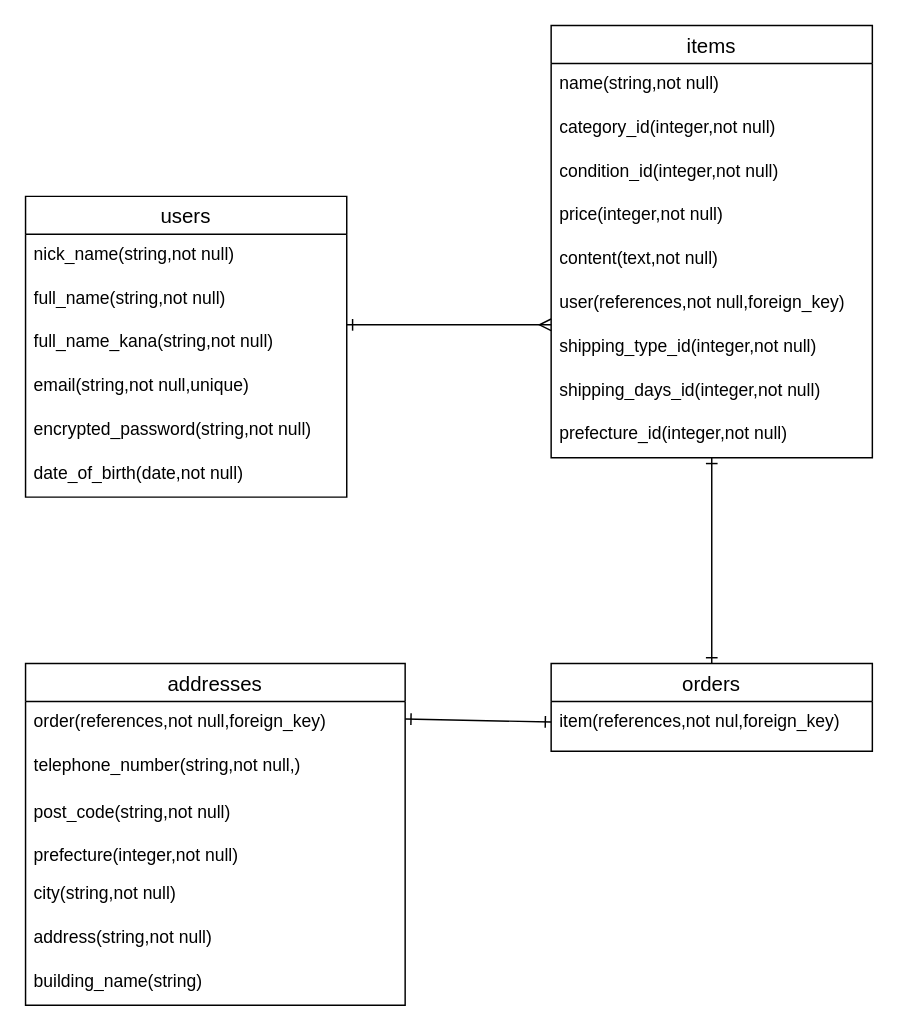
kamukamu-lemon/furima-42235 keeps this draw.io diagram as er.dio. Above is the earlier version. Source tidied: cells renumbered, new cells numbered last; positions are measured from the earlier drawing's top-left corner, leaving out a move shared by most shapes. Both pictures are drawn from the tidied source at 146%, with x=0, y=0 at pixel (25, 25).
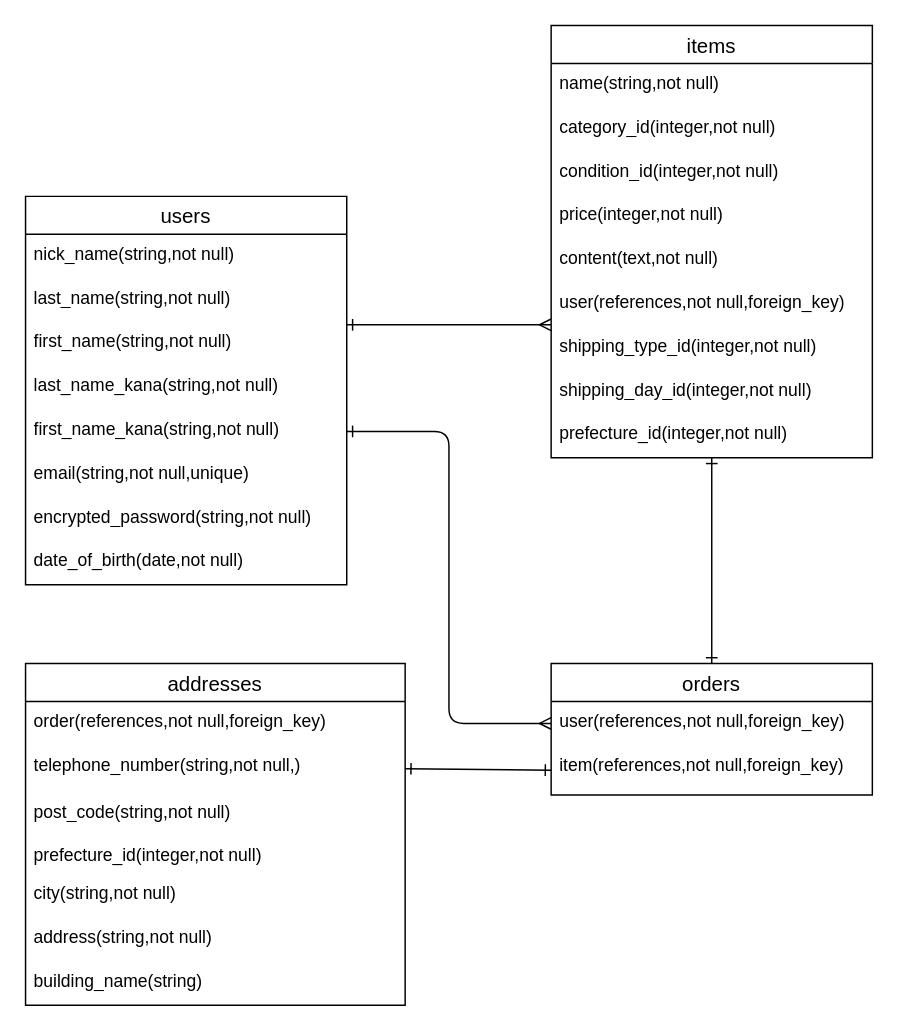
Above is the later version.

Commit message (it also covers changes not shown here):
データベース設計の修正２

Unchanged cells that the change refers to:
```xml
<mxCell id="9" value="addresses" style="swimlane;fontStyle=0;horizontal=1;startSize=26;align=center;fontSize=14;" parent="1" vertex="1">
  <mxGeometry y="437" width="260" height="234" as="geometry" />
</mxCell>
<mxCell id="11" value="telephone_number(string,not null,)" style="text;strokeColor=none;fillColor=none;spacingLeft=4;spacingRight=4;overflow=hidden;points=[[0,0.5],[1,0.5]];portConstraint=eastwest;fontSize=12;whiteSpace=wrap;html=1;" parent="9" vertex="1">
  <mxGeometry y="56" width="260" height="32" as="geometry" />
</mxCell>
<mxCell id="17" value="items" style="swimlane;fontStyle=0;horizontal=1;startSize=26;align=center;fontSize=14;" parent="1" vertex="1">
  <mxGeometry x="360" width="220" height="296" as="geometry" />
</mxCell>
```

What changed in the source:
```diff
@@
     <mxCell id="2" value="users" style="swimlane;fontStyle=0;horizontal=1;startSize=26;align=center;fontSize=14;" parent="1" vertex="1">
-      <mxGeometry y="117" width="220" height="206" as="geometry" />
+      <mxGeometry y="117" width="220" height="266" as="geometry" />
     </mxCell>
@@
-    <mxCell id="4" value="full_name(string,not null)" style="text;strokeColor=none;fillColor=none;spacingLeft=4;spacingRight=4;overflow=hidden;fontSize=12;whiteSpace=wrap;html=1;" parent="2" vertex="1">
+    <mxCell id="4" value="last_name(string,not null)" style="text;strokeColor=none;fillColor=none;spacingLeft=4;spacingRight=4;overflow=hidden;fontSize=12;whiteSpace=wrap;html=1;" parent="2" vertex="1">
       <mxGeometry y="56" width="220" height="30" as="geometry" />
     </mxCell>
+    <mxCell id="32" value="first_name&lt;span style=&quot;color: rgb(0, 0, 0);&quot;&gt;(string,not null)&lt;/span&gt;" style="text;strokeColor=none;fillColor=none;spacingLeft=4;spacingRight=4;overflow=hidden;fontSize=12;whiteSpace=wrap;html=1;" parent="2" vertex="1">
+      <mxGeometry y="86" width="220" height="30" as="geometry" />
+    </mxCell>
+    <mxCell id="33" value="last_name_kana&lt;span style=&quot;color: rgb(0, 0, 0);&quot;&gt;(string,not null)&lt;/span&gt;" style="text;strokeColor=none;fillColor=none;spacingLeft=4;spacingRight=4;overflow=hidden;fontSize=12;whiteSpace=wrap;html=1;" parent="2" vertex="1">
+      <mxGeometry y="116" width="220" height="30" as="geometry" />
+    </mxCell>
-    <mxCell id="5" value="full_name_kana&lt;span style=&quot;color: rgb(0, 0, 0);&quot;&gt;(string,not null)&lt;/span&gt;" style="text;strokeColor=none;fillColor=none;spacingLeft=4;spacingRight=4;overflow=hidden;points=[[0,0.5],[1,0.5]];portConstraint=eastwest;fontSize=12;whiteSpace=wrap;html=1;" parent="2" vertex="1">
-      <mxGeometry y="86" width="220" height="30" as="geometry" />
+    <mxCell id="5" value="first_name_kana&lt;span style=&quot;color: rgb(0, 0, 0);&quot;&gt;(string,not null)&lt;/span&gt;" style="text;strokeColor=none;fillColor=none;spacingLeft=4;spacingRight=4;overflow=hidden;points=[[0,0.5],[1,0.5]];portConstraint=eastwest;fontSize=12;whiteSpace=wrap;html=1;" parent="2" vertex="1">
+      <mxGeometry y="146" width="220" height="30" as="geometry" />
     </mxCell>
     <mxCell id="6" value="email(string,not null,unique)" style="text;strokeColor=none;fillColor=none;spacingLeft=4;spacingRight=4;overflow=hidden;fontSize=12;whiteSpace=wrap;html=1;" parent="2" vertex="1">
-      <mxGeometry y="116" width="220" height="30" as="geometry" />
+      <mxGeometry y="176" width="220" height="30" as="geometry" />
     </mxCell>
     <mxCell id="7" value="encrypted_password(string,not null)" style="text;strokeColor=none;fillColor=none;spacingLeft=4;spacingRight=4;overflow=hidden;fontSize=12;whiteSpace=wrap;html=1;" parent="2" vertex="1">
-      <mxGeometry y="146" width="220" height="30" as="geometry" />
+      <mxGeometry y="206" width="220" height="30" as="geometry" />
     </mxCell>
     <mxCell id="8" value="date_of_birth(date,not null)" style="text;strokeColor=none;fillColor=none;spacingLeft=4;spacingRight=4;overflow=hidden;fontSize=12;whiteSpace=wrap;html=1;" parent="2" vertex="1">
-      <mxGeometry y="176" width="220" height="30" as="geometry" />
+      <mxGeometry y="236" width="220" height="30" as="geometry" />
     </mxCell>
@@
-    <mxCell id="13" value="prefecture(integer,not null)" style="text;strokeColor=none;fillColor=none;spacingLeft=4;spacingRight=4;overflow=hidden;fontSize=12;whiteSpace=wrap;html=1;" parent="9" vertex="1">
+    <mxCell id="13" value="prefecture_id(integer,not null)" style="text;strokeColor=none;fillColor=none;spacingLeft=4;spacingRight=4;overflow=hidden;fontSize=12;whiteSpace=wrap;html=1;" parent="9" vertex="1">
       <mxGeometry y="118" width="260" height="26" as="geometry" />
     </mxCell>
@@
-    <mxCell id="25" value="shipping_days_id&lt;span style=&quot;color: rgb(0, 0, 0);&quot;&gt;(&lt;span style=&quot;color: rgb(0, 0, 0);&quot;&gt;integer&lt;/span&gt;,not null)&lt;/span&gt;" style="text;strokeColor=none;fillColor=none;spacingLeft=4;spacingRight=4;overflow=hidden;fontSize=12;whiteSpace=wrap;html=1;" parent="17" vertex="1">
+    <mxCell id="25" value="shipping_day_id&lt;span style=&quot;color: rgb(0, 0, 0);&quot;&gt;(&lt;span style=&quot;color: rgb(0, 0, 0);&quot;&gt;integer&lt;/span&gt;,not null)&lt;/span&gt;" style="text;strokeColor=none;fillColor=none;spacingLeft=4;spacingRight=4;overflow=hidden;fontSize=12;whiteSpace=wrap;html=1;" parent="17" vertex="1">
       <mxGeometry y="236" width="220" height="30" as="geometry" />
     </mxCell>
@@
     <mxCell id="28" value="orders" style="swimlane;fontStyle=0;horizontal=1;startSize=26;align=center;fontSize=14;" parent="1" vertex="1">
-      <mxGeometry x="360" y="437" width="220" height="60" as="geometry" />
+      <mxGeometry x="360" y="437" width="220" height="90" as="geometry" />
     </mxCell>
+    <mxCell id="34" value="user&lt;span style=&quot;color: rgb(0, 0, 0);&quot;&gt;(references,not null,foreign_key)&lt;/span&gt;" style="text;strokeColor=none;fillColor=none;spacingLeft=4;spacingRight=4;overflow=hidden;points=[[0,0.5],[1,0.5]];portConstraint=eastwest;fontSize=12;whiteSpace=wrap;html=1;" parent="28" vertex="1">
+      <mxGeometry y="26" width="220" height="30" as="geometry" />
+    </mxCell>
-    <mxCell id="29" value="item(references,not nul,foreign_key)" style="text;strokeColor=none;fillColor=none;spacingLeft=4;spacingRight=4;overflow=hidden;fontSize=12;whiteSpace=wrap;html=1;" parent="28" vertex="1">
-      <mxGeometry y="26" width="220" height="34" as="geometry" />
+    <mxCell id="29" value="item(references,not null,foreign_key)" style="text;strokeColor=none;fillColor=none;spacingLeft=4;spacingRight=4;overflow=hidden;fontSize=12;whiteSpace=wrap;html=1;" parent="28" vertex="1">
+      <mxGeometry y="56" width="220" height="34" as="geometry" />
     </mxCell>
@@
-    <mxCell id="31" style="edgeStyle=none;html=1;entryX=1;entryY=0.5;entryDx=0;entryDy=0;endArrow=ERone;endFill=0;startArrow=ERone;startFill=0;" parent="1" edge="1">
+    <mxCell id="31" style="edgeStyle=none;html=1;entryX=1;entryY=0.5;entryDx=0;entryDy=0;endArrow=ERone;endFill=0;startArrow=ERone;startFill=0;" parent="1" edge="1" target="11">
       <mxGeometry relative="1" as="geometry">
-        <mxPoint x="360" y="477" as="sourcePoint" />
-        <mxPoint x="260" y="475" as="targetPoint" />
+        <mxPoint x="360" y="510" as="sourcePoint" />
       </mxGeometry>
     </mxCell>
+    <mxCell id="35" style="edgeStyle=orthogonalEdgeStyle;html=1;exitX=1;exitY=0.5;exitDx=0;exitDy=0;entryX=0;entryY=0.5;entryDx=0;entryDy=0;startArrow=ERone;startFill=0;endArrow=ERmany;endFill=0;" parent="1" edge="1" source="5" target="34">
+      <mxGeometry relative="1" as="geometry" />
+    </mxCell>
```
